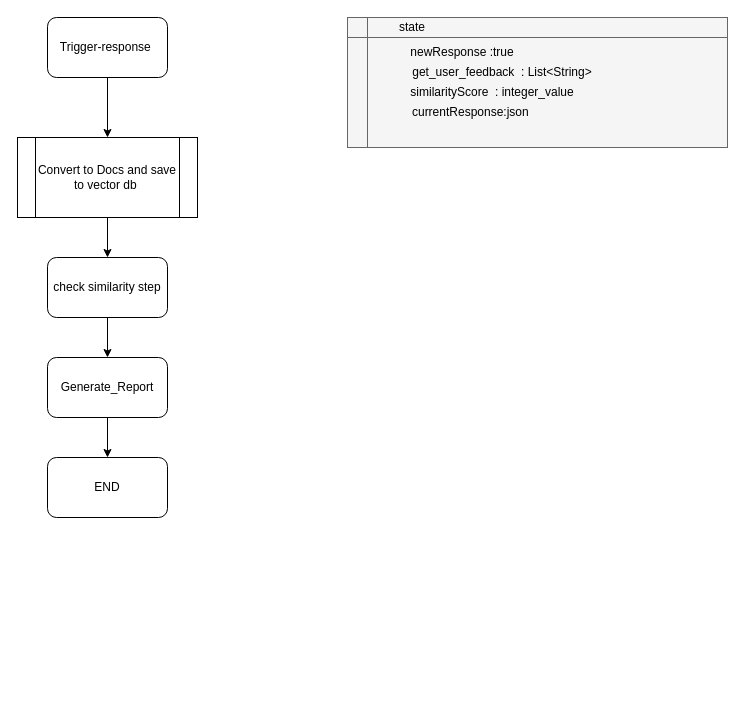
Above: FlowDigramResponseMapperAgent.drawio in gokul153/End_to_End_Testing_Automation_tool (draw.io), before the change. Source tidied: cells renumbered, new cells numbered last; positions are measured from the earlier drawing's top-left corner, leaving out a move shared by most shapes. Both pictures are drawn from the tidied source at 100%, with x=0, y=0 at pixel (17, 17).
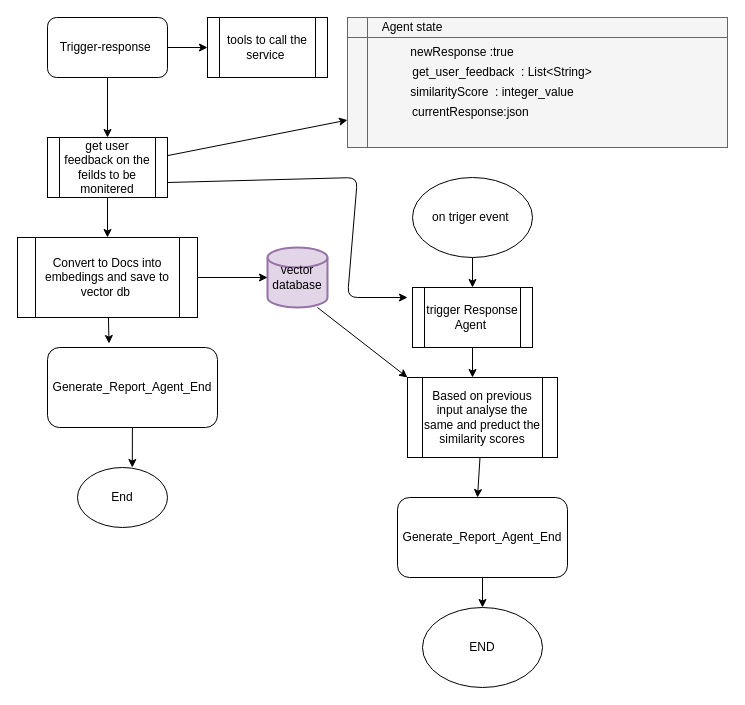
After the change.

Unchanged cells that the change refers to:
```xml
<mxCell id="3" value="Trigger-response&amp;nbsp;" style="rounded=1;whiteSpace=wrap;html=1;" parent="1" vertex="1">
  <mxGeometry x="30" width="120" height="60" as="geometry" />
</mxCell>
<mxCell id="6" style="shape=internalStorage;whiteSpace=wrap;html=1;backgroundOutline=1;fillColor=#f5f5f5;fontColor=#333333;strokeColor=#666666;" parent="1" vertex="1">
  <mxGeometry x="330" width="380" height="130" as="geometry" />
</mxCell>
```

Diff of the diagram source:
```diff
@@
-    <mxCell id="2" style="edgeStyle=none;html=1;entryX=0.5;entryY=0;entryDx=0;entryDy=0;" parent="1" edge="1" source="3" target="5">
+    <mxCell id="2" style="edgeStyle=none;html=1;" parent="1" edge="1" source="3" target="23">
       <mxGeometry relative="1" as="geometry" />
     </mxCell>
+    <mxCell id="17" style="edgeStyle=none;html=1;entryX=0;entryY=0.5;entryDx=0;entryDy=0;" parent="1" edge="1" source="3" target="20">
+      <mxGeometry relative="1" as="geometry" />
+    </mxCell>
@@
-    <mxCell id="4" style="edgeStyle=none;html=1;" parent="1" edge="1" source="5" target="13">
-      <mxGeometry relative="1" as="geometry" />
+    <mxCell id="4" style="edgeStyle=none;html=1;" parent="1" edge="1" source="5">
+      <mxGeometry relative="1" as="geometry">
+        <mxPoint x="90" y="300" as="targetPoint" />
+      </mxGeometry>
     </mxCell>
+    <mxCell id="18" style="edgeStyle=none;html=1;entryX=0.362;entryY=-0.05;entryDx=0;entryDy=0;entryPerimeter=0;" parent="1" edge="1" source="5" target="15">
+      <mxGeometry relative="1" as="geometry" />
+    </mxCell>
+    <mxCell id="19" style="edgeStyle=none;html=1;" parent="1" edge="1" source="5">
+      <mxGeometry relative="1" as="geometry">
+        <mxPoint x="180" y="260" as="targetPoint" />
+      </mxGeometry>
+    </mxCell>
-    <mxCell id="5" value="Convert to Docs and save to vector db&amp;nbsp;" style="shape=process;whiteSpace=wrap;html=1;backgroundOutline=1;" parent="1" vertex="1">
-      <mxGeometry y="120" width="180" height="80" as="geometry" />
+    <mxCell id="5" value="Convert to Docs into embedings and save to vector db&amp;nbsp;" style="shape=process;whiteSpace=wrap;html=1;backgroundOutline=1;" parent="1" vertex="1">
+      <mxGeometry y="220" width="180" height="80" as="geometry" />
     </mxCell>
@@
-    <mxCell id="7" value="state" style="text;html=1;align=center;verticalAlign=middle;whiteSpace=wrap;rounded=0;" parent="1" vertex="1">
+    <mxCell id="7" value="Agent state" style="text;html=1;align=center;verticalAlign=middle;whiteSpace=wrap;rounded=0;" parent="1" vertex="1">
       <mxGeometry x="360" width="70" height="20" as="geometry" />
     </mxCell>
@@
-    <mxCell id="12" style="edgeStyle=none;html=1;" parent="1" edge="1" source="13" target="15">
-      <mxGeometry relative="1" as="geometry" />
+    <mxCell id="12" style="edgeStyle=none;html=1;" parent="1" edge="1" target="15">
+      <mxGeometry relative="1" as="geometry">
+        <mxPoint x="90" y="360" as="sourcePoint" />
+      </mxGeometry>
     </mxCell>
-    <mxCell id="13" value="check similarity step" style="rounded=1;whiteSpace=wrap;html=1;" parent="1" vertex="1">
-      <mxGeometry x="30" y="240" width="120" height="60" as="geometry" />
-    </mxCell>
-    <mxCell id="14" style="edgeStyle=none;html=1;" parent="1" edge="1" source="15" target="16">
+    <mxCell id="14" style="edgeStyle=none;html=1;entryX=0.609;entryY=0;entryDx=0;entryDy=0;entryPerimeter=0;" parent="1" edge="1" source="15" target="26">
       <mxGeometry relative="1" as="geometry" />
     </mxCell>
-    <mxCell id="15" value="Generate_Report" style="rounded=1;whiteSpace=wrap;html=1;" parent="1" vertex="1">
-      <mxGeometry x="30" y="340" width="120" height="60" as="geometry" />
+    <mxCell id="15" value="Generate_Report_Agent_End" style="rounded=1;whiteSpace=wrap;html=1;" parent="1" vertex="1">
+      <mxGeometry x="30" y="330" width="170" height="80" as="geometry" />
     </mxCell>
+    <mxCell id="20" value="tools to call the service&amp;nbsp;" style="shape=process;whiteSpace=wrap;html=1;backgroundOutline=1;" parent="1" vertex="1">
+      <mxGeometry x="190" width="120" height="60" as="geometry" />
+    </mxCell>
+    <mxCell id="21" style="edgeStyle=none;html=1;" parent="1" edge="1" source="23" target="6">
+      <mxGeometry relative="1" as="geometry" />
+    </mxCell>
+    <mxCell id="22" style="edgeStyle=none;html=1;entryX=0.5;entryY=0;entryDx=0;entryDy=0;" parent="1" edge="1" source="23" target="5">
+      <mxGeometry relative="1" as="geometry" />
+    </mxCell>
+    <mxCell id="23" value="get user feedback on the feilds to be monitered" style="shape=process;whiteSpace=wrap;html=1;backgroundOutline=1;" parent="1" vertex="1">
+      <mxGeometry x="30" y="120" width="120" height="60" as="geometry" />
+    </mxCell>
+    <mxCell id="24" style="edgeStyle=none;html=1;" parent="1" edge="1" source="25" target="31">
+      <mxGeometry relative="1" as="geometry" />
+    </mxCell>
+    <mxCell id="25" value="on triger event&amp;nbsp;" style="ellipse;whiteSpace=wrap;html=1;" parent="1" vertex="1">
+      <mxGeometry x="395" y="160" width="120" height="80" as="geometry" />
+    </mxCell>
+    <mxCell id="26" value="End" style="ellipse;whiteSpace=wrap;html=1;" parent="1" vertex="1">
+      <mxGeometry x="60" y="450" width="90" height="60" as="geometry" />
+    </mxCell>
+    <mxCell id="27" style="edgeStyle=none;html=1;exitX=0.833;exitY=1;exitDx=0;exitDy=0;exitPerimeter=0;" parent="1" edge="1" source="28">
+      <mxGeometry relative="1" as="geometry">
+        <mxPoint x="390" y="360" as="targetPoint" />
+      </mxGeometry>
+    </mxCell>
+    <mxCell id="28" value="vector database" style="strokeWidth=2;html=1;shape=mxgraph.flowchart.database;whiteSpace=wrap;fillColor=#e1d5e7;strokeColor=#9673a6;" parent="1" vertex="1">
+      <mxGeometry x="250" y="230" width="60" height="60" as="geometry" />
+    </mxCell>
+    <mxCell id="29" style="edgeStyle=none;html=1;entryX=0;entryY=0.5;entryDx=0;entryDy=0;entryPerimeter=0;" parent="1" edge="1" source="5" target="28">
+      <mxGeometry relative="1" as="geometry" />
+    </mxCell>
+    <mxCell id="30" style="edgeStyle=none;html=1;" parent="1" edge="1" source="31">
+      <mxGeometry relative="1" as="geometry">
+        <mxPoint x="455" y="360" as="targetPoint" />
+      </mxGeometry>
+    </mxCell>
+    <mxCell id="31" value="trigger Response Agent&amp;nbsp;" style="shape=process;whiteSpace=wrap;html=1;backgroundOutline=1;" parent="1" vertex="1">
+      <mxGeometry x="395" y="270" width="120" height="60" as="geometry" />
+    </mxCell>
+    <mxCell id="32" style="endArrow=classic;html=1;exitX=1;exitY=0.75;exitDx=0;exitDy=0;" parent="1" edge="1" source="23">
+      <mxGeometry relative="1" as="geometry">
+        <mxPoint x="390" y="280" as="targetPoint" />
+        <Array as="points">
+          <mxPoint x="340" y="160" />
+          <mxPoint x="330" y="280" />
+        </Array>
+      </mxGeometry>
+    </mxCell>
+    <mxCell id="33" style="edgeStyle=none;html=1;" parent="1" edge="1" source="34">
+      <mxGeometry relative="1" as="geometry">
+        <mxPoint x="460" y="480" as="targetPoint" />
+      </mxGeometry>
+    </mxCell>
+    <mxCell id="34" value="Based on previous input analyse the same and preduct the similarity scores" style="shape=process;whiteSpace=wrap;html=1;backgroundOutline=1;" parent="1" vertex="1">
+      <mxGeometry x="390" y="360" width="150" height="80" as="geometry" />
+    </mxCell>
+    <mxCell id="35" style="edgeStyle=none;html=1;" parent="1" edge="1" source="36">
+      <mxGeometry relative="1" as="geometry">
+        <mxPoint x="465" y="590" as="targetPoint" />
+        <Array as="points">
+          <mxPoint x="465" y="590" />
+        </Array>
+      </mxGeometry>
+    </mxCell>
+    <mxCell id="36" value="Generate_Report_Agent_End" style="rounded=1;whiteSpace=wrap;html=1;" parent="1" vertex="1">
+      <mxGeometry x="380" y="480" width="170" height="80" as="geometry" />
+    </mxCell>
-    <mxCell id="16" value="END" style="rounded=1;whiteSpace=wrap;html=1;" parent="1" vertex="1">
-      <mxGeometry x="30" y="440" width="120" height="60" as="geometry" />
+    <mxCell id="16" value="END" style="ellipse;whiteSpace=wrap;html=1;" parent="1" vertex="1">
+      <mxGeometry x="405" y="590" width="120" height="80" as="geometry" />
     </mxCell>
```
